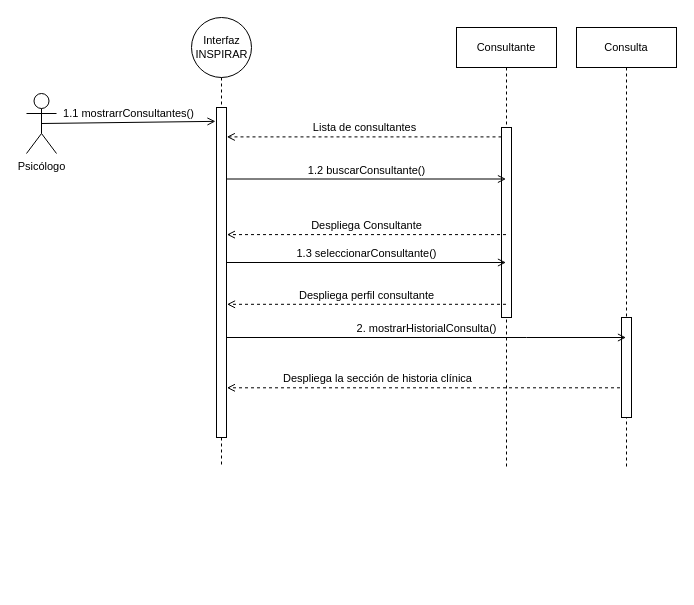
Before: page "D. Secuencia 2" (11 of 11) of Diagramas/Untitled Diagram.drawio in barloff2/Diagramas, a draw.io diagram. Source tidied: cells renumbered, new cells numbered last; positions are measured from the earlier drawing's top-left corner, leaving out a move shared by most shapes. Both pictures are drawn from the tidied source at 100%, with x=0, y=0 at pixel (26, 17).
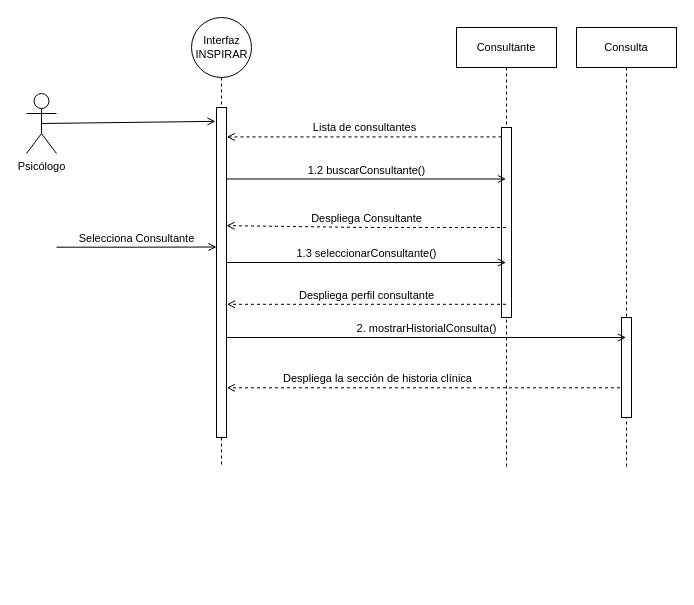
Above is the later version.

The change refers to these unchanged cells:
```xml
<mxCell id="2" value="Psicólogo" style="shape=umlActor;verticalLabelPosition=bottom;verticalAlign=top;html=1;outlineConnect=0;labelBackgroundColor=none;fontSize=11;" parent="1" vertex="1">
  <mxGeometry y="76" width="30" height="60" as="geometry" />
</mxCell>
<mxCell id="3" value="Consultante" style="shape=umlLifeline;perimeter=lifelinePerimeter;whiteSpace=wrap;html=1;outlineConnect=0;labelBackgroundColor=none;fontSize=11;rounded=0;" parent="1" vertex="1">
  <mxGeometry x="430" y="10" width="100" height="440" as="geometry" />
</mxCell>
<mxCell id="8" style="html=1;points=[];perimeter=orthogonalPerimeter;labelBackgroundColor=none;fontSize=11;" parent="5" vertex="1">
  <mxGeometry x="20" y="80" width="10" height="330" as="geometry" />
</mxCell>
```

What changed in the source:
```diff
@@
-    <mxCell id="9" value="1.1 mostrarrConsultantes()" style="html=1;verticalAlign=bottom;labelBackgroundColor=none;endArrow=open;endFill=0;rounded=0;fontSize=11;exitX=0.5;exitY=0.5;exitDx=0;exitDy=0;exitPerimeter=0;entryX=-0.1;entryY=0.042;entryDx=0;entryDy=0;entryPerimeter=0;" parent="1" edge="1" source="2" target="8">
-      <mxGeometry relative="1" as="geometry" />
+    <mxCell id="9" style="html=1;verticalAlign=bottom;labelBackgroundColor=none;endArrow=open;endFill=0;rounded=0;fontSize=11;exitX=0.5;exitY=0.5;exitDx=0;exitDy=0;exitPerimeter=0;entryX=-0.1;entryY=0.042;entryDx=0;entryDy=0;entryPerimeter=0;" parent="1" edge="1" source="2" target="8">
+      <mxGeometry x="0.07" y="-145" relative="1" as="geometry" />
     </mxCell>
@@
-    <mxCell id="16" value="Despliega Consultante" style="html=1;verticalAlign=bottom;labelBackgroundColor=none;endArrow=open;endFill=0;dashed=1;rounded=0;fontSize=11;entryX=1.042;entryY=0.397;entryDx=0;entryDy=0;entryPerimeter=0;" parent="1" edge="1" source="3">
+    <mxCell id="16" value="Despliega Consultante" style="html=1;verticalAlign=bottom;labelBackgroundColor=none;endArrow=open;endFill=0;dashed=1;rounded=0;fontSize=11;entryX=1;entryY=0.358;entryDx=0;entryDy=0;entryPerimeter=0;" parent="1" edge="1" source="3" target="8">
       <mxGeometry relative="1" as="geometry">
-        <mxPoint x="200.4" y="217.1" as="targetPoint" />
+        <Array as="points">
+          <mxPoint x="340" y="210" />
+        </Array>
       </mxGeometry>
     </mxCell>
@@
+    <mxCell id="19" value="Selecciona Consultante" style="html=1;verticalAlign=bottom;labelBackgroundColor=none;endArrow=open;endFill=0;rounded=0;fontSize=11;entryX=0;entryY=0.333;entryDx=0;entryDy=0;entryPerimeter=0;" parent="1" edge="1">
+      <mxGeometry relative="1" as="geometry">
+        <mxPoint x="30" y="229.7" as="sourcePoint" />
+        <mxPoint x="190" y="229.5" as="targetPoint" />
+        <Array as="points">
+          <mxPoint x="110" y="229.7" />
+        </Array>
+      </mxGeometry>
+    </mxCell>
```
